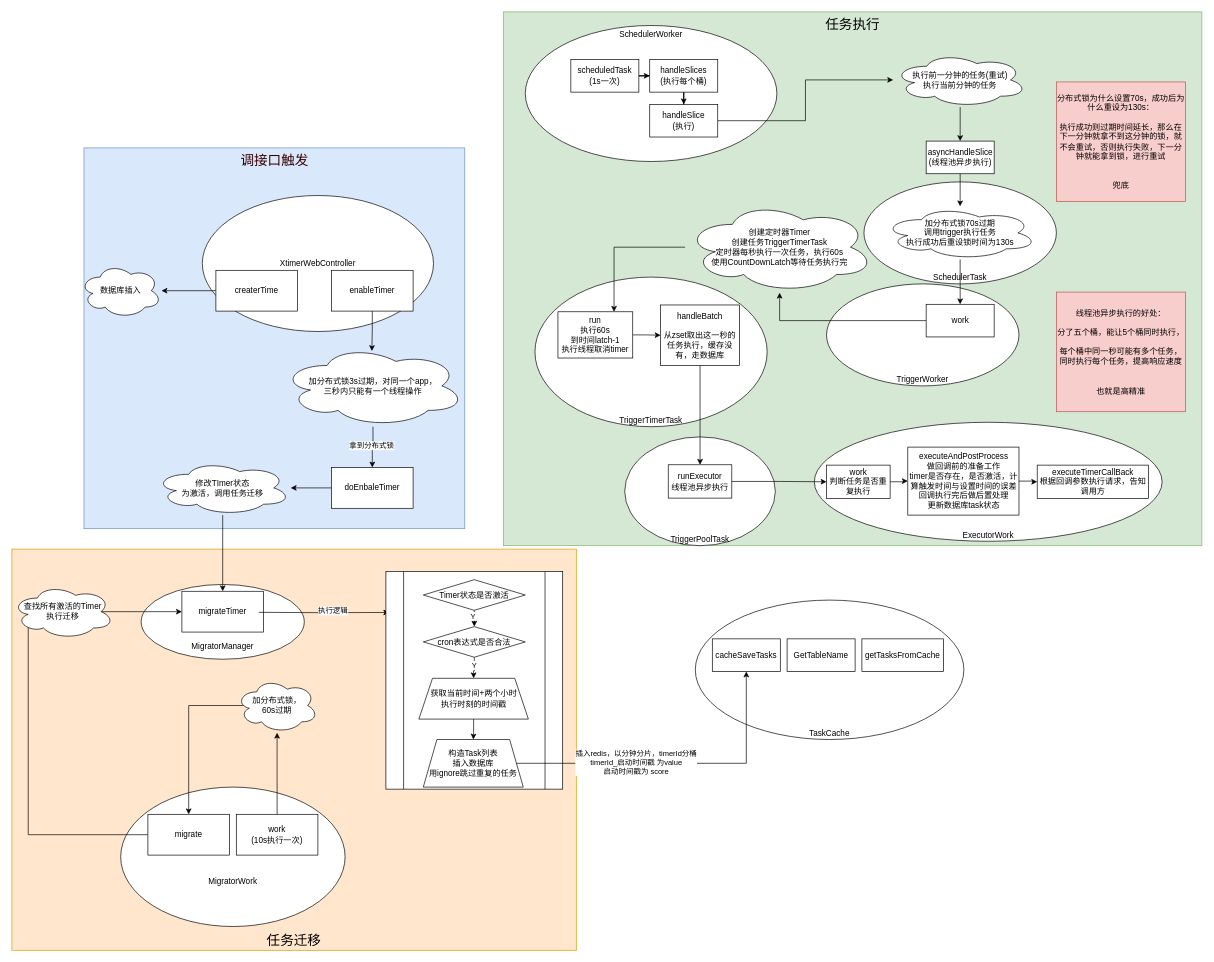
The draw.io diagram xtimer.drawio in lemonulc/draw, before the edit. Source tidied: cells renumbered, new cells numbered last; positions are measured from the earlier drawing's top-left corner, leaving out a move shared by most shapes. Both pictures are drawn from the tidied source at 68%, with x=0, y=0 at pixel (12, 12).
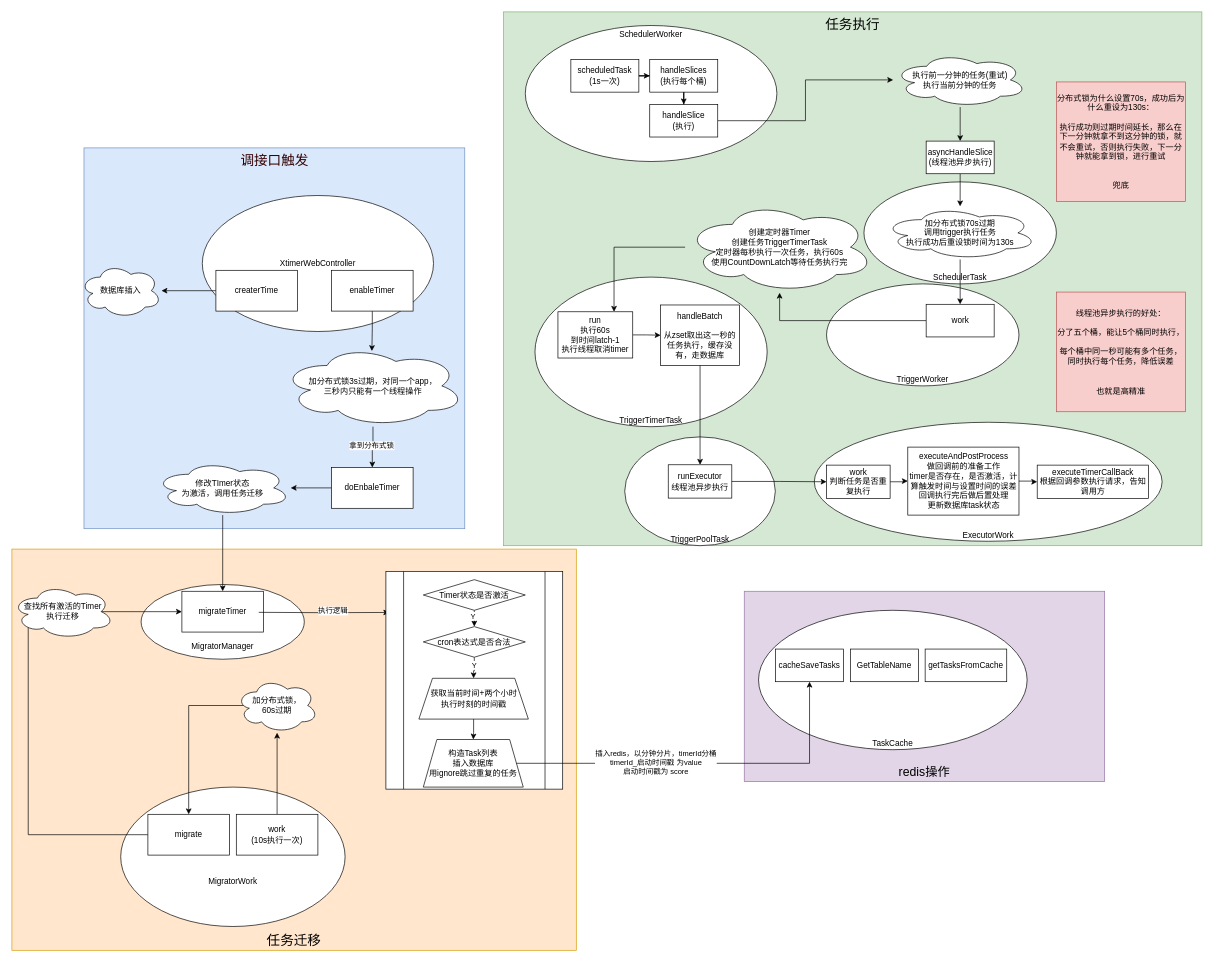
The same diagram, later.

Diff of the diagram source:
```diff
@@
+    <mxCell id="82" value="redis操作" style="rounded=0;whiteSpace=wrap;html=1;fillColor=#e1d5e7;strokeColor=#9673a6;verticalAlign=bottom;fontSize=18;" parent="1" vertex="1">
+      <mxGeometry x="1077" y="852" width="530" height="280" as="geometry" />
+    </mxCell>
@@
     <mxCell id="42" value="TaskCache" style="ellipse;whiteSpace=wrap;html=1;verticalAlign=bottom;" parent="1" vertex="1">
-      <mxGeometry x="1005" y="865" width="395" height="205" as="geometry" />
+      <mxGeometry x="1098" y="880" width="395" height="205" as="geometry" />
     </mxCell>
     <mxCell id="43" value="cacheSaveTasks" style="rounded=0;whiteSpace=wrap;html=1;" parent="1" vertex="1">
-      <mxGeometry x="1030" y="922" width="100" height="48" as="geometry" />
+      <mxGeometry x="1123" y="937" width="100" height="48" as="geometry" />
     </mxCell>
     <mxCell id="44" value="GetTableName" style="rounded=0;whiteSpace=wrap;html=1;" parent="1" vertex="1">
-      <mxGeometry x="1140" y="922" width="100" height="48" as="geometry" />
+      <mxGeometry x="1233" y="937" width="100" height="48" as="geometry" />
     </mxCell>
     <mxCell id="45" value="getTasksFromCache" style="rounded=0;whiteSpace=wrap;html=1;" parent="1" vertex="1">
-      <mxGeometry x="1250" y="922" width="120" height="48" as="geometry" />
+      <mxGeometry x="1343" y="937" width="120" height="48" as="geometry" />
     </mxCell>
@@
-    <mxCell id="80" value="线程池异步执行的好处：&lt;div&gt;&lt;br&gt;&lt;/div&gt;&lt;div&gt;分了五个桶，能让5个桶同时执行，&lt;/div&gt;&lt;div&gt;&lt;br&gt;&lt;/div&gt;&lt;div&gt;每个桶中同一秒可能有多个任务，同时执行每个任务，提高响应速度&lt;/div&gt;&lt;div&gt;&lt;br&gt;&lt;/div&gt;&lt;div&gt;&lt;br&gt;&lt;/div&gt;&lt;div&gt;也就是高精准&lt;/div&gt;" style="text;html=1;align=center;verticalAlign=middle;whiteSpace=wrap;rounded=0;fillColor=#f8cecc;strokeColor=#b85450;" parent="1" vertex="1">
+    <mxCell id="80" value="线程池异步执行的好处：&lt;div&gt;&lt;br&gt;&lt;/div&gt;&lt;div&gt;分了五个桶，能让5个桶同时执行，&lt;/div&gt;&lt;div&gt;&lt;br&gt;&lt;/div&gt;&lt;div&gt;每个桶中同一秒可能有多个任务，同时执行每个任务，降低误差&lt;/div&gt;&lt;div&gt;&lt;br&gt;&lt;/div&gt;&lt;div&gt;&lt;br&gt;&lt;/div&gt;&lt;div&gt;也就是高精准&lt;/div&gt;" style="text;html=1;align=center;verticalAlign=middle;whiteSpace=wrap;rounded=0;fillColor=#f8cecc;strokeColor=#b85450;" parent="1" vertex="1">
       <mxGeometry x="1536" y="412" width="190" height="176" as="geometry" />
     </mxCell>
```
